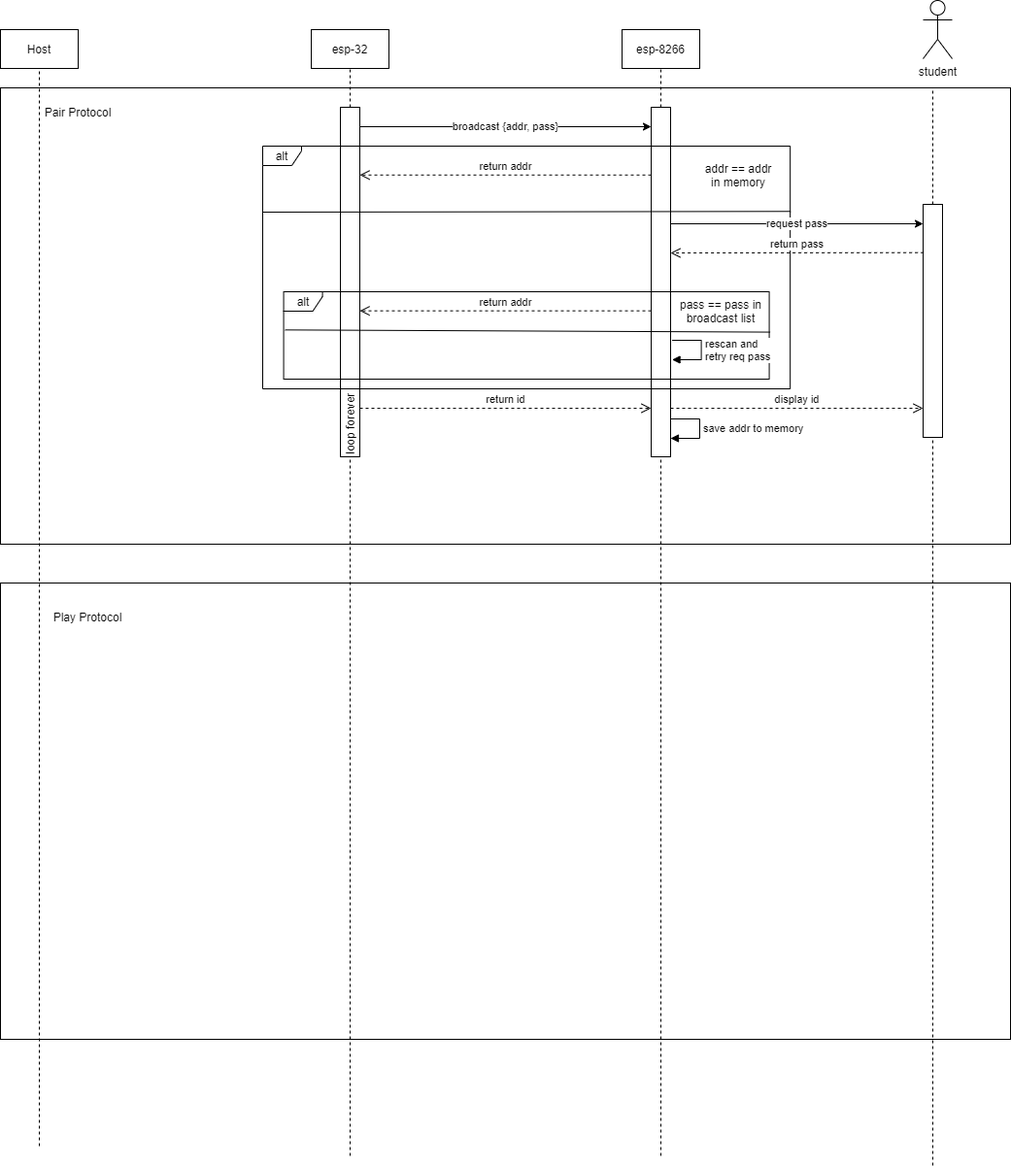
The draw.io diagram ServerClientProtocol.png in Viquiz/ServerClientProtocol, before a commit. Source tidied: cells renumbered, new cells last; positions are measured from the earlier drawing's top-left corner, leaving out a move shared by most shapes.
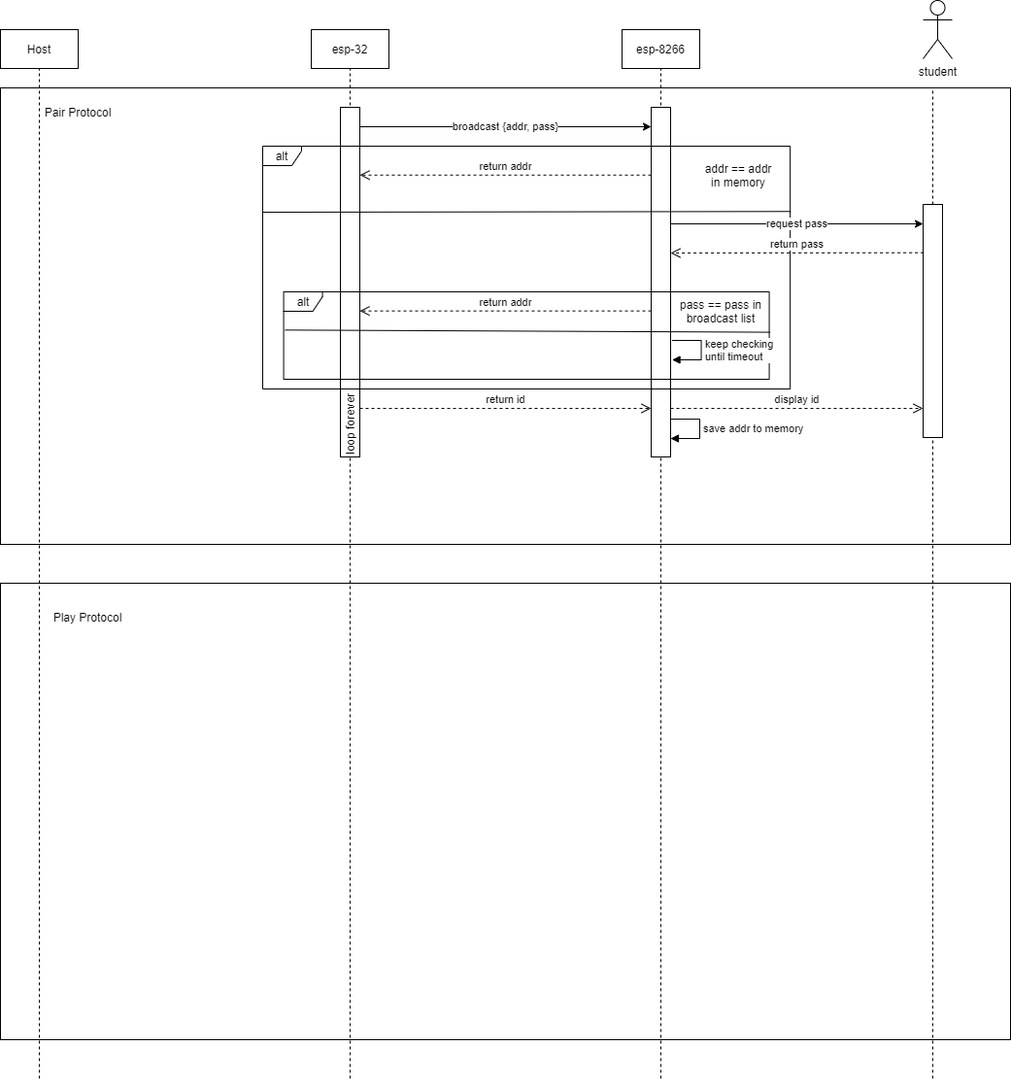
After the change.

Change to the diagram source:
```diff
@@ -16,12 +16,12 @@
     </mxCell>
     <mxCell id="6" style="endArrow=none;dashed=1;html=1;entryX=0.5;entryY=1;entryDx=0;entryDy=0;" parent="1" edge="1" target="4">
       <mxGeometry relative="1" as="geometry">
-        <mxPoint x="40" y="1180" as="sourcePoint" />
+        <mxPoint x="40" y="1110" as="sourcePoint" />
       </mxGeometry>
     </mxCell>
     <mxCell id="7" style="endArrow=none;dashed=1;html=1;entryX=0.5;entryY=1;entryDx=0;entryDy=0;" parent="1" edge="1" target="5">
       <mxGeometry relative="1" as="geometry">
-        <mxPoint x="360" y="1190" as="sourcePoint" />
+        <mxPoint x="360" y="1110" as="sourcePoint" />
       </mxGeometry>
     </mxCell>
     <mxCell id="8" value="esp-8266" style="rounded=0;whiteSpace=wrap;html=1;" parent="1" vertex="1">
@@ -32,7 +32,7 @@
     </mxCell>
     <mxCell id="10" style="endArrow=none;dashed=1;html=1;entryX=0.5;entryY=1;entryDx=0;entryDy=0;" parent="1" edge="1" target="8">
       <mxGeometry relative="1" as="geometry">
-        <mxPoint x="680" y="1190" as="sourcePoint" />
+        <mxPoint x="680" y="1110" as="sourcePoint" />
       </mxGeometry>
     </mxCell>
     <mxCell id="11" value="save addr to memory" style="edgeStyle=orthogonalEdgeStyle;html=1;align=left;spacingLeft=2;endArrow=block;rounded=0;" parent="1" edge="1">
@@ -75,7 +75,7 @@
     </mxCell>
     <mxCell id="19" style="endArrow=none;dashed=1;html=1;" parent="1" edge="1" target="18">
       <mxGeometry relative="1" as="geometry">
-        <mxPoint x="960" y="1200" as="sourcePoint" />
+        <mxPoint x="960" y="1110" as="sourcePoint" />
       </mxGeometry>
     </mxCell>
     <mxCell id="20" value="return id" style="html=1;verticalAlign=bottom;endArrow=open;dashed=1;endSize=8;" parent="1" edge="1">
@@ -93,6 +93,9 @@
     <mxCell id="22" style="endArrow=none;html=1;exitX=-0.001;exitY=0.272;exitDx=0;exitDy=0;exitPerimeter=0;entryX=1.001;entryY=0.269;entryDx=0;entryDy=0;entryPerimeter=0;" parent="1" edge="1" source="29" target="29">
       <mxGeometry x="340" y="360" as="geometry" />
     </mxCell>
+    <mxCell id="29" value="alt" style="shape=umlFrame;whiteSpace=wrap;html=1;width=40;height=20;" parent="1" vertex="1">
+      <mxGeometry x="270" y="150" width="543.1" height="250" as="geometry" />
+    </mxCell>
     <mxCell id="23" style="group;" parent="1" vertex="1">
       <mxGeometry x="291.6" y="300" width="500" height="90" as="geometry" />
     </mxCell>
@@ -105,7 +108,7 @@
     <mxCell id="26" value="pass == pass in broadcast list" style="text;html=1;strokeColor=none;fillColor=none;align=center;verticalAlign=middle;whiteSpace=wrap;rounded=0;" parent="23" vertex="1">
       <mxGeometry x="400" y="10" width="100" height="20" as="geometry" />
     </mxCell>
-    <mxCell id="27" value="rescan and&lt;br&gt;retry req pass" style="edgeStyle=orthogonalEdgeStyle;html=1;align=left;spacingLeft=2;endArrow=block;rounded=0;" parent="23" edge="1">
+    <mxCell id="27" value="keep checking&lt;br&gt;until timeout" style="edgeStyle=orthogonalEdgeStyle;html=1;align=left;spacingLeft=2;endArrow=block;rounded=0;" parent="23" edge="1">
       <mxGeometry relative="1" as="geometry">
         <mxPoint x="400" y="50" as="sourcePoint" />
         <mxPoint x="400" y="70" as="targetPoint" />
@@ -120,9 +123,6 @@
         <mxPoint x="78.4" y="19.7" as="targetPoint" />
       </mxGeometry>
     </mxCell>
-    <mxCell id="29" value="alt" style="shape=umlFrame;whiteSpace=wrap;html=1;width=40;height=20;" parent="1" vertex="1">
-      <mxGeometry x="270" y="150" width="543.1" height="250" as="geometry" />
-    </mxCell>
     <mxCell id="30" value="request pass" style="endArrow=classic;html=1;" parent="1" edge="1">
       <mxGeometry relative="1" as="geometry">
         <mxPoint x="690" y="230" as="sourcePoint" />
```
